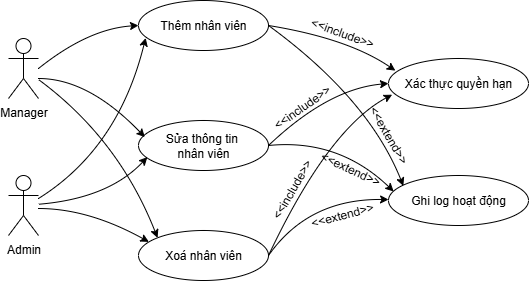
Before: Lab03/UC QLNV App.drawio.png, a diagram exported from draw.io (Lanne-0402/Nhap-mon-CNPM). Source tidied: cells renumbered, new cells last; positions are measured from the earlier drawing's top-left corner, leaving out a move shared by most shapes. The source it was exported from:
```xml
<mxGraphModel>
  <root>
    <mxCell id="0" />
    <mxCell id="1" parent="0" />
    <mxCell id="2" value="Manager" style="shape=umlActor;verticalLabelPosition=bottom;verticalAlign=top;html=1;outlineConnect=0;" parent="1" vertex="1">
      <mxGeometry y="38" width="30" height="60" as="geometry" />
    </mxCell>
    <mxCell id="3" value="Admin" style="shape=umlActor;verticalLabelPosition=bottom;verticalAlign=top;html=1;outlineConnect=0;" parent="1" vertex="1">
      <mxGeometry y="175" width="30" height="60" as="geometry" />
    </mxCell>
    <mxCell id="4" value="Thêm&amp;nbsp;&lt;span style=&quot;background-color: transparent; color: light-dark(rgb(0, 0, 0), rgb(255, 255, 255));&quot;&gt;nhân viên&lt;/span&gt;" style="ellipse;whiteSpace=wrap;html=1;" parent="1" vertex="1">
      <mxGeometry x="130" width="130" height="50" as="geometry" />
    </mxCell>
    <mxCell id="5" value="Xoá&amp;nbsp;&lt;span style=&quot;background-color: transparent; color: light-dark(rgb(0, 0, 0), rgb(255, 255, 255));&quot;&gt;nhân viên&lt;/span&gt;" style="ellipse;whiteSpace=wrap;html=1;" parent="1" vertex="1">
      <mxGeometry x="130" y="230" width="130" height="50" as="geometry" />
    </mxCell>
    <mxCell id="6" value="Sửa thông tin&amp;nbsp;&lt;div&gt;nhân viên&lt;/div&gt;" style="ellipse;whiteSpace=wrap;html=1;" parent="1" vertex="1">
      <mxGeometry x="130" y="120" width="130" height="50" as="geometry" />
    </mxCell>
    <mxCell id="7" value="Xác thực quyền hạn" style="ellipse;whiteSpace=wrap;html=1;" parent="1" vertex="1">
      <mxGeometry x="380" y="58" width="140" height="50" as="geometry" />
    </mxCell>
    <mxCell id="8" value="Ghi log hoạt động" style="ellipse;whiteSpace=wrap;html=1;" parent="1" vertex="1">
      <mxGeometry x="380" y="175" width="140" height="50" as="geometry" />
    </mxCell>
    <mxCell id="9" style="curved=1;endArrow=classic;html=1;rounded=0;entryX=0;entryY=0.5;entryDx=0;entryDy=0;" parent="1" edge="1" target="4">
      <mxGeometry relative="1" as="geometry">
        <mxPoint x="30" y="68" as="sourcePoint" />
        <Array as="points">
          <mxPoint x="80" y="28" />
        </Array>
      </mxGeometry>
    </mxCell>
    <mxCell id="10" style="curved=1;endArrow=classic;html=1;rounded=0;entryX=0.049;entryY=0.332;entryDx=0;entryDy=0;entryPerimeter=0;" parent="1" edge="1" target="6">
      <mxGeometry relative="1" as="geometry">
        <mxPoint x="30" y="78" as="sourcePoint" />
        <Array as="points">
          <mxPoint x="80" y="78" />
        </Array>
      </mxGeometry>
    </mxCell>
    <mxCell id="11" style="curved=1;endArrow=classic;html=1;rounded=0;entryX=0;entryY=0;entryDx=0;entryDy=0;" parent="1" edge="1" source="2" target="5">
      <mxGeometry relative="1" as="geometry">
        <Array as="points">
          <mxPoint x="110" y="138" />
        </Array>
      </mxGeometry>
    </mxCell>
    <mxCell id="12" style="curved=1;endArrow=classic;html=1;rounded=0;entryX=0.08;entryY=0.228;entryDx=0;entryDy=0;entryPerimeter=0;" parent="1" edge="1" target="5">
      <mxGeometry relative="1" as="geometry">
        <mxPoint x="30" y="208" as="sourcePoint" />
        <Array as="points">
          <mxPoint x="80" y="208" />
        </Array>
      </mxGeometry>
    </mxCell>
    <mxCell id="13" style="curved=1;endArrow=classic;html=1;rounded=0;entryX=0.068;entryY=0.732;entryDx=0;entryDy=0;entryPerimeter=0;" parent="1" edge="1" source="3" target="6">
      <mxGeometry relative="1" as="geometry">
        <Array as="points">
          <mxPoint x="100" y="198" />
        </Array>
      </mxGeometry>
    </mxCell>
    <mxCell id="14" style="curved=1;endArrow=classic;html=1;rounded=0;entryX=0.055;entryY=0.748;entryDx=0;entryDy=0;entryPerimeter=0;" parent="1" edge="1" target="4">
      <mxGeometry relative="1" as="geometry">
        <mxPoint x="30" y="198" as="sourcePoint" />
        <Array as="points">
          <mxPoint x="110" y="148" />
        </Array>
      </mxGeometry>
    </mxCell>
    <mxCell id="15" style="curved=1;endArrow=classic;html=1;rounded=0;exitX=1;exitY=0.5;exitDx=0;exitDy=0;entryX=0.049;entryY=0.244;entryDx=0;entryDy=0;entryPerimeter=0;" parent="1" edge="1" source="4" target="7">
      <mxGeometry relative="1" as="geometry">
        <Array as="points">
          <mxPoint x="340" y="38" />
        </Array>
      </mxGeometry>
    </mxCell>
    <mxCell id="16" style="curved=1;endArrow=classic;html=1;rounded=0;exitX=1;exitY=0.5;exitDx=0;exitDy=0;entryX=0;entryY=0.5;entryDx=0;entryDy=0;" parent="1" edge="1" source="6" target="7">
      <mxGeometry relative="1" as="geometry">
        <Array as="points">
          <mxPoint x="320" y="88" />
        </Array>
      </mxGeometry>
    </mxCell>
    <mxCell id="17" style="curved=1;endArrow=classic;html=1;rounded=0;exitX=1;exitY=0.5;exitDx=0;exitDy=0;entryX=0.026;entryY=0.724;entryDx=0;entryDy=0;entryPerimeter=0;" parent="1" edge="1" source="5" target="7">
      <mxGeometry relative="1" as="geometry">
        <Array as="points">
          <mxPoint x="320" y="128" />
        </Array>
      </mxGeometry>
    </mxCell>
    <mxCell id="18" style="curved=1;endArrow=classic;html=1;rounded=0;exitX=1;exitY=0.5;exitDx=0;exitDy=0;" parent="1" edge="1" source="5" target="8">
      <mxGeometry relative="1" as="geometry">
        <Array as="points">
          <mxPoint x="300" y="198" />
        </Array>
      </mxGeometry>
    </mxCell>
    <mxCell id="19" style="curved=1;endArrow=classic;html=1;rounded=0;exitX=1;exitY=0.5;exitDx=0;exitDy=0;entryX=0.037;entryY=0.32;entryDx=0;entryDy=0;entryPerimeter=0;" parent="1" edge="1" source="6" target="8">
      <mxGeometry relative="1" as="geometry">
        <Array as="points">
          <mxPoint x="330" y="138" />
        </Array>
      </mxGeometry>
    </mxCell>
    <mxCell id="20" style="curved=1;endArrow=classic;html=1;rounded=0;exitX=1;exitY=0.5;exitDx=0;exitDy=0;entryX=0.106;entryY=0.208;entryDx=0;entryDy=0;entryPerimeter=0;" parent="1" edge="1" source="4" target="8">
      <mxGeometry relative="1" as="geometry">
        <Array as="points">
          <mxPoint x="360" y="98" />
        </Array>
      </mxGeometry>
    </mxCell>
    <mxCell id="21" value="&amp;lt;&amp;lt;include&amp;gt;&amp;gt;" style="text;html=1;align=center;verticalAlign=middle;whiteSpace=wrap;rounded=0;rotation=20;" parent="1" vertex="1">
      <mxGeometry x="304" y="18" width="60" height="30" as="geometry" />
    </mxCell>
    <mxCell id="22" value="&amp;lt;&amp;lt;include&amp;gt;&amp;gt;" style="text;html=1;align=center;verticalAlign=middle;whiteSpace=wrap;rounded=0;rotation=-35;" parent="1" vertex="1">
      <mxGeometry x="264" y="92" width="60" height="30" as="geometry" />
    </mxCell>
    <mxCell id="23" value="&amp;lt;&amp;lt;include&amp;gt;&amp;gt;" style="text;html=1;align=center;verticalAlign=middle;whiteSpace=wrap;rounded=0;rotation=-60;" parent="1" vertex="1">
      <mxGeometry x="254" y="174" width="60" height="30" as="geometry" />
    </mxCell>
    <mxCell id="24" value="&amp;lt;&amp;lt;extend&amp;gt;&amp;gt;" style="text;html=1;align=center;verticalAlign=middle;whiteSpace=wrap;rounded=0;rotation=-15;" parent="1" vertex="1">
      <mxGeometry x="304" y="200" width="60" height="30" as="geometry" />
    </mxCell>
    <mxCell id="25" value="&amp;lt;&amp;lt;extend&amp;gt;&amp;gt;" style="text;html=1;align=center;verticalAlign=middle;whiteSpace=wrap;rounded=0;rotation=25;" parent="1" vertex="1">
      <mxGeometry x="312" y="154" width="60" height="30" as="geometry" />
    </mxCell>
    <mxCell id="26" value="&amp;lt;&amp;lt;extend&amp;gt;&amp;gt;" style="text;html=1;align=center;verticalAlign=middle;whiteSpace=wrap;rounded=0;rotation=60;" parent="1" vertex="1">
      <mxGeometry x="350" y="120" width="60" height="30" as="geometry" />
    </mxCell>
  </root>
</mxGraphModel>
```
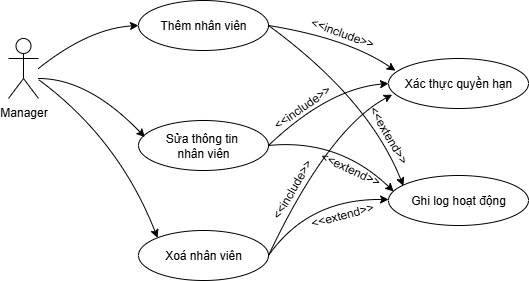
After the commit.

Change to the diagram source:
```diff
@@ -5,9 +5,6 @@
     <mxCell id="2" value="Manager" style="shape=umlActor;verticalLabelPosition=bottom;verticalAlign=top;html=1;outlineConnect=0;" parent="1" vertex="1">
       <mxGeometry y="38" width="30" height="60" as="geometry" />
     </mxCell>
-    <mxCell id="3" value="Admin" style="shape=umlActor;verticalLabelPosition=bottom;verticalAlign=top;html=1;outlineConnect=0;" parent="1" vertex="1">
-      <mxGeometry y="175" width="30" height="60" as="geometry" />
-    </mxCell>
     <mxCell id="4" value="Thêm&amp;nbsp;&lt;span style=&quot;background-color: transparent; color: light-dark(rgb(0, 0, 0), rgb(255, 255, 255));&quot;&gt;nhân viên&lt;/span&gt;" style="ellipse;whiteSpace=wrap;html=1;" parent="1" vertex="1">
       <mxGeometry x="130" width="130" height="50" as="geometry" />
     </mxCell>
@@ -46,29 +43,6 @@
         </Array>
       </mxGeometry>
     </mxCell>
-    <mxCell id="12" style="curved=1;endArrow=classic;html=1;rounded=0;entryX=0.08;entryY=0.228;entryDx=0;entryDy=0;entryPerimeter=0;" parent="1" edge="1" target="5">
-      <mxGeometry relative="1" as="geometry">
-        <mxPoint x="30" y="208" as="sourcePoint" />
-        <Array as="points">
-          <mxPoint x="80" y="208" />
-        </Array>
-      </mxGeometry>
-    </mxCell>
-    <mxCell id="13" style="curved=1;endArrow=classic;html=1;rounded=0;entryX=0.068;entryY=0.732;entryDx=0;entryDy=0;entryPerimeter=0;" parent="1" edge="1" source="3" target="6">
-      <mxGeometry relative="1" as="geometry">
-        <Array as="points">
-          <mxPoint x="100" y="198" />
-        </Array>
-      </mxGeometry>
-    </mxCell>
-    <mxCell id="14" style="curved=1;endArrow=classic;html=1;rounded=0;entryX=0.055;entryY=0.748;entryDx=0;entryDy=0;entryPerimeter=0;" parent="1" edge="1" target="4">
-      <mxGeometry relative="1" as="geometry">
-        <mxPoint x="30" y="198" as="sourcePoint" />
-        <Array as="points">
-          <mxPoint x="110" y="148" />
-        </Array>
-      </mxGeometry>
-    </mxCell>
     <mxCell id="15" style="curved=1;endArrow=classic;html=1;rounded=0;exitX=1;exitY=0.5;exitDx=0;exitDy=0;entryX=0.049;entryY=0.244;entryDx=0;entryDy=0;entryPerimeter=0;" parent="1" edge="1" source="4" target="7">
       <mxGeometry relative="1" as="geometry">
         <Array as="points">
```
